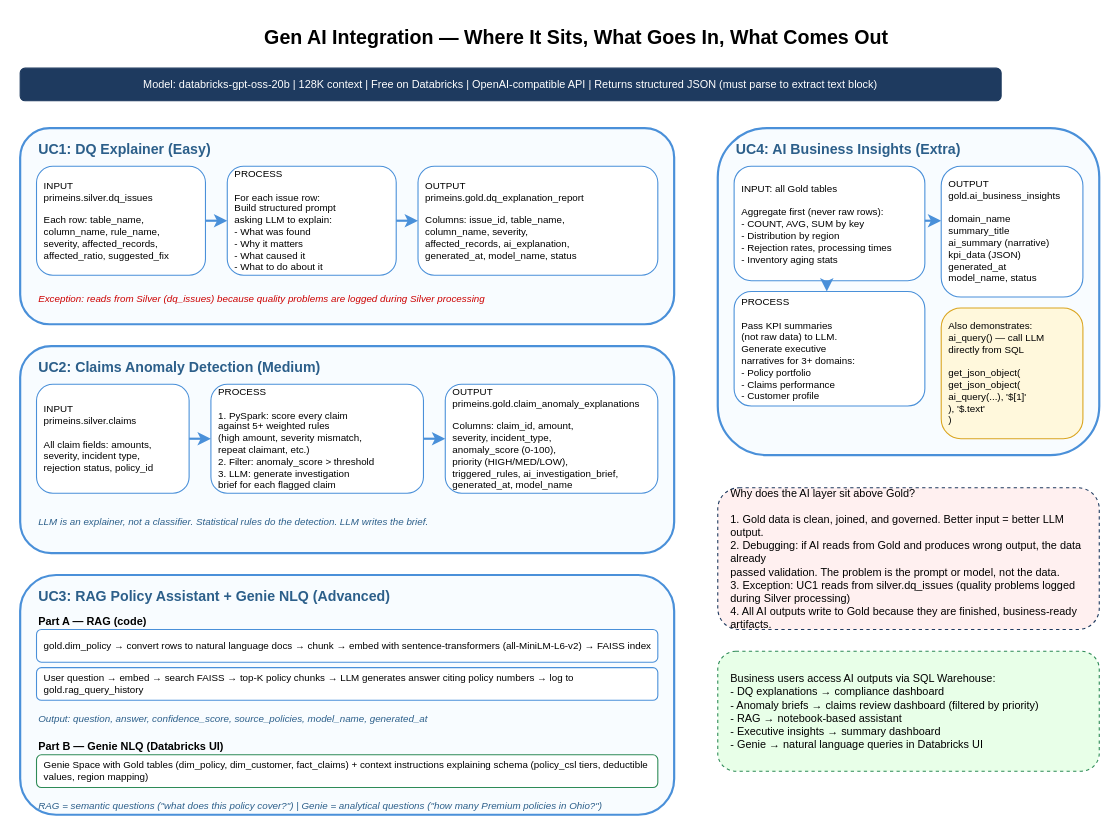
Above: page "4. Gen AI Integration" (4 of 4) of docs/architecture-complete.drawio in neerajkumar-jft/primeinsurance-poc (draw.io), before the change. Source tidied: cells renumbered, new cells numbered last; positions are measured from the earlier drawing's top-left corner, leaving out a move shared by most shapes. Both pictures are drawn from the tidied source at 109%, with x=0, y=0 at pixel (20, 19).
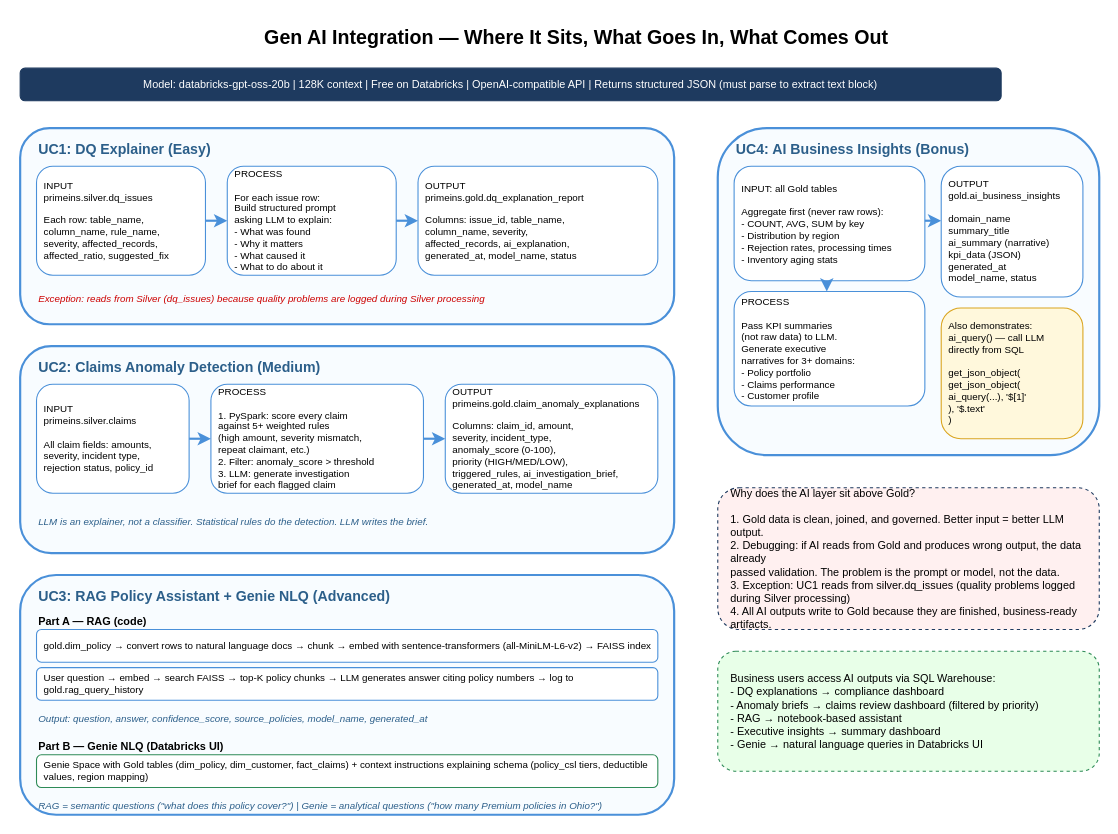
The same diagram, later.

The edit, as a diff of the source:
```diff
@@
-    <mxCell id="30" value="UC4: AI Business Insights (Extra)" style="text;html=1;fontSize=13;fontStyle=1;fontColor=#2C5F8A;" parent="1" vertex="1">
+    <mxCell id="30" value="UC4: AI Business Insights (Bonus)" style="text;html=1;fontSize=13;fontStyle=1;fontColor=#2C5F8A;" parent="1" vertex="1">
       <mxGeometry x="655" y="105" width="300" height="22" as="geometry" />
     </mxCell>
```
